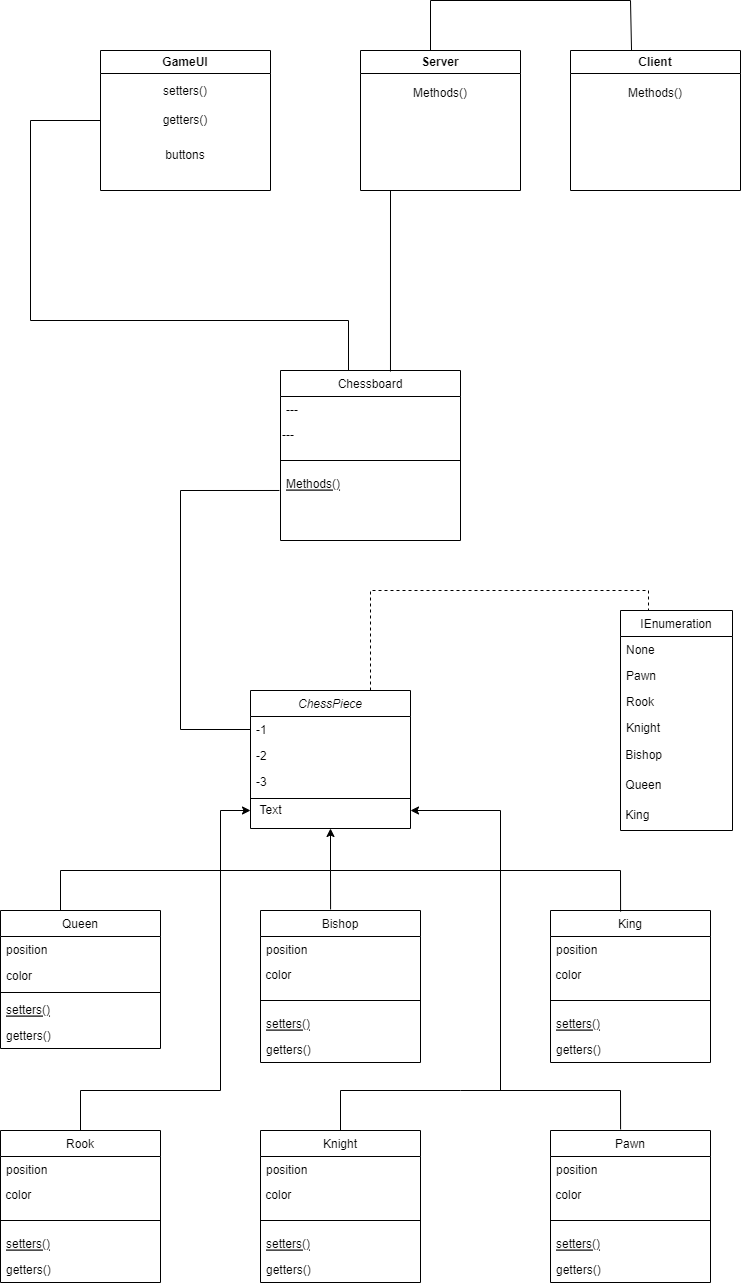
ageru666/git_oop keeps this draw.io diagram as UML/Class_diagram.png. Above is the earlier version. Source tidied: cells renumbered, new cells last; positions are measured from the earlier drawing's top-left corner, leaving out a move shared by most shapes.
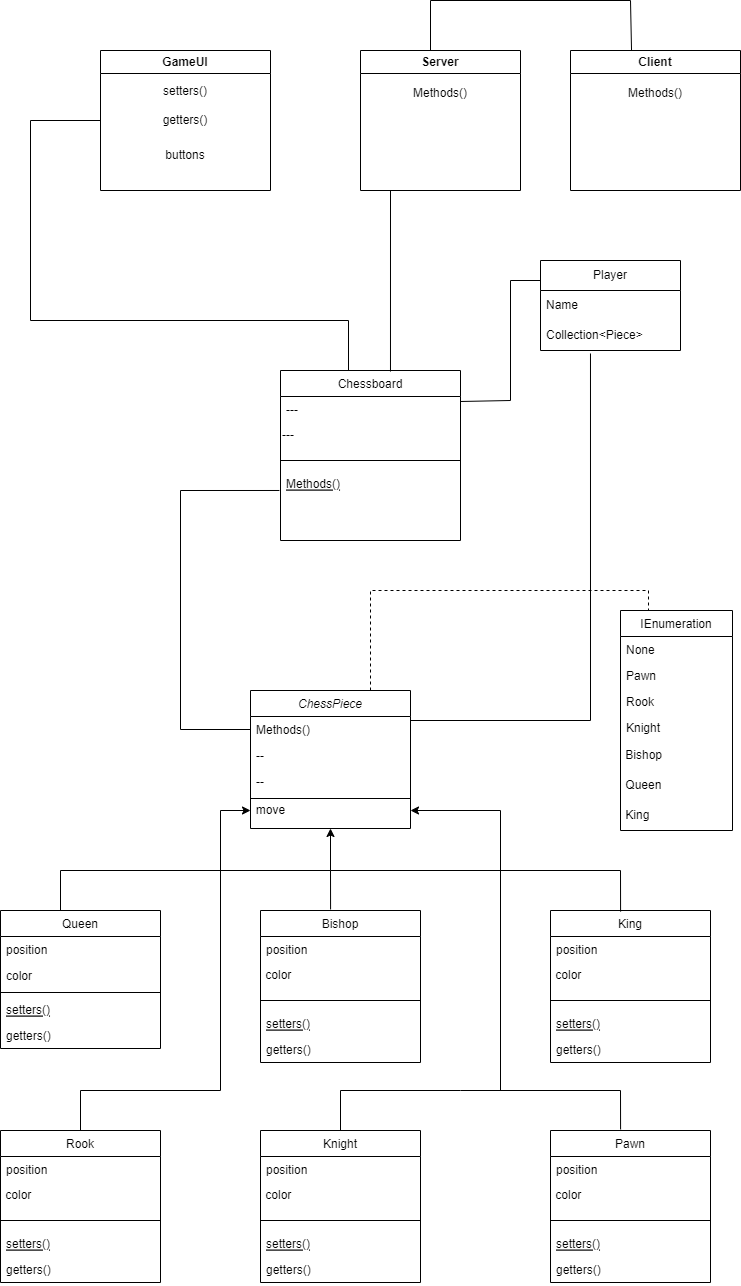
The same diagram one commit later.

Commit message:
improved class diagram

The edit, as a diff of the source:
```diff
@@ -5,13 +5,13 @@
     <mxCell id="2" value="ChessPiece" style="swimlane;fontStyle=2;align=center;verticalAlign=top;horizontal=1;startSize=26;rounded=0;shadow=0;strokeWidth=1;" parent="1" vertex="1">
       <mxGeometry x="250" y="690" width="160" height="138" as="geometry" />
     </mxCell>
-    <mxCell id="3" value="-1" style="text;align=left;verticalAlign=top;spacingLeft=4;spacingRight=4;overflow=hidden;points=[[0,0.5],[1,0.5]];portConstraint=eastwest;" parent="2" vertex="1">
+    <mxCell id="3" value="Methods()" style="text;align=left;verticalAlign=top;spacingLeft=4;spacingRight=4;overflow=hidden;points=[[0,0.5],[1,0.5]];portConstraint=eastwest;" parent="2" vertex="1">
       <mxGeometry y="26" width="160" height="26" as="geometry" />
     </mxCell>
-    <mxCell id="4" value="-2" style="text;align=left;verticalAlign=top;spacingLeft=4;spacingRight=4;overflow=hidden;rounded=0;shadow=0;html=0;" parent="2" vertex="1">
+    <mxCell id="4" value="--" style="text;align=left;verticalAlign=top;spacingLeft=4;spacingRight=4;overflow=hidden;rounded=0;shadow=0;html=0;" parent="2" vertex="1">
       <mxGeometry y="52" width="160" height="26" as="geometry" />
     </mxCell>
-    <mxCell id="5" value="-3" style="text;align=left;verticalAlign=top;spacingLeft=4;spacingRight=4;overflow=hidden;rounded=0;shadow=0;html=0;" parent="2" vertex="1">
+    <mxCell id="5" value="--" style="text;align=left;verticalAlign=top;spacingLeft=4;spacingRight=4;overflow=hidden;rounded=0;shadow=0;html=0;" parent="2" vertex="1">
       <mxGeometry y="78" width="160" height="26" as="geometry" />
     </mxCell>
     <mxCell id="6" style="line;html=1;strokeWidth=1;align=left;verticalAlign=middle;spacingTop=-1;spacingLeft=3;spacingRight=3;labelPosition=right;" parent="2" vertex="1">
@@ -77,7 +77,7 @@
     <mxCell id="26" value="&amp;nbsp;King" style="text;html=1;align=left;verticalAlign=middle;strokeColor=none;fillColor=none;" parent="19" vertex="1">
       <mxGeometry y="190" width="112" height="30" as="geometry" />
     </mxCell>
-    <mxCell id="27" value="Text" style="text;html=1;align=center;verticalAlign=middle;strokeColor=none;fillColor=none;" parent="1" vertex="1">
+    <mxCell id="27" value="move" style="text;html=1;align=center;verticalAlign=middle;strokeColor=none;fillColor=none;" parent="1" vertex="1">
       <mxGeometry x="245" y="795" width="50" height="30" as="geometry" />
     </mxCell>
     <mxCell id="28" value="Bishop" style="swimlane;fontStyle=0;align=center;verticalAlign=top;horizontal=1;startSize=26;rounded=0;shadow=0;strokeWidth=1;" parent="1" vertex="1">
@@ -307,5 +307,31 @@
         <mxPoint x="390" y="190" as="targetPoint" />
       </mxGeometry>
     </mxCell>
+    <mxCell id="81" value="Player" style="swimlane;fontStyle=0;horizontal=1;startSize=30;whiteSpace=wrap;html=1;" parent="1" vertex="1">
+      <mxGeometry x="540" y="260" width="140" height="90" as="geometry" />
+    </mxCell>
+    <mxCell id="82" value="Name" style="text;strokeColor=none;fillColor=none;align=left;verticalAlign=middle;spacingLeft=4;spacingRight=4;overflow=hidden;whiteSpace=wrap;html=1;" parent="81" vertex="1">
+      <mxGeometry y="30" width="140" height="30" as="geometry" />
+    </mxCell>
+    <mxCell id="83" value="Collection&amp;lt;Piece&amp;gt;" style="text;strokeColor=none;fillColor=none;align=left;verticalAlign=middle;spacingLeft=4;spacingRight=4;overflow=hidden;points=[[0,0.5],[1,0.5]];portConstraint=eastwest;whiteSpace=wrap;html=1;" parent="81" vertex="1">
+      <mxGeometry y="60" width="140" height="30" as="geometry" />
+    </mxCell>
+    <mxCell id="84" style="endArrow=none;html=1;rounded=0;entryX=1;entryY=0.208;entryDx=0;entryDy=0;entryPerimeter=0;" parent="1" edge="1" target="65">
+      <mxGeometry relative="1" as="geometry">
+        <mxPoint x="540" y="280" as="sourcePoint" />
+        <Array as="points">
+          <mxPoint x="510" y="280" />
+          <mxPoint x="510" y="400" />
+        </Array>
+      </mxGeometry>
+    </mxCell>
+    <mxCell id="85" style="endArrow=none;html=1;rounded=0;entryX=0.357;entryY=1.1;entryDx=0;entryDy=0;entryPerimeter=0;" parent="1" edge="1" target="83">
+      <mxGeometry relative="1" as="geometry">
+        <mxPoint x="410" y="720" as="sourcePoint" />
+        <Array as="points">
+          <mxPoint x="590" y="720" />
+        </Array>
+      </mxGeometry>
+    </mxCell>
   </root>
 </mxGraphModel>
```
